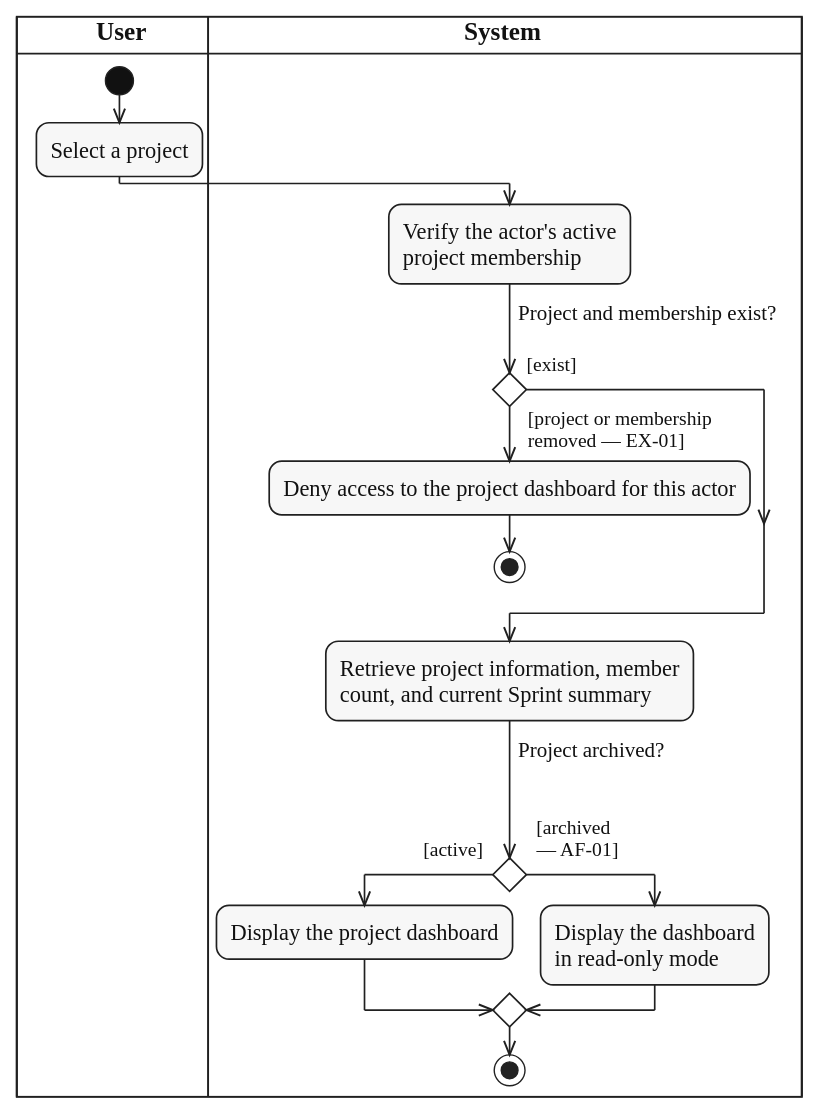
Earlier version of the PlantUML export diagrams/activity/project-membership/svg/UC-PROJECT-DASHBOARD-VIEW.svg (lukenab/swd392-doc-automation). Its source is kept beside it as diagrams/activity/project-membership/source/UC-PROJECT-DASHBOARD-VIEW.puml. Its diagram source:
```plantuml
@startuml UC-PROJECT-DASHBOARD-VIEW
!include ../../_shared/activity-style.puml

|USR| $lane_title("User")
|SYS| $lane_title("System")

|USR|
start
:Select a project;
|SYS|
:Verify the actor's active
project membership;
if ($question("Project and membership exist?")) then ($guard_left("[exist]"))
else ($guard_right("[project or membership", "removed — EX-01]"))
  :Deny access to the project dashboard for this actor;
  stop
endif
:Retrieve project information, member
count, and current Sprint summary;
if ($question_x("Project archived?")) then ($guard_left("[active]"))
  :Display the project dashboard;
else ($guard_right("[archived", "— AF-01]"))
  :Display the dashboard
  in read-only mode;
endif
stop
@enduml
```
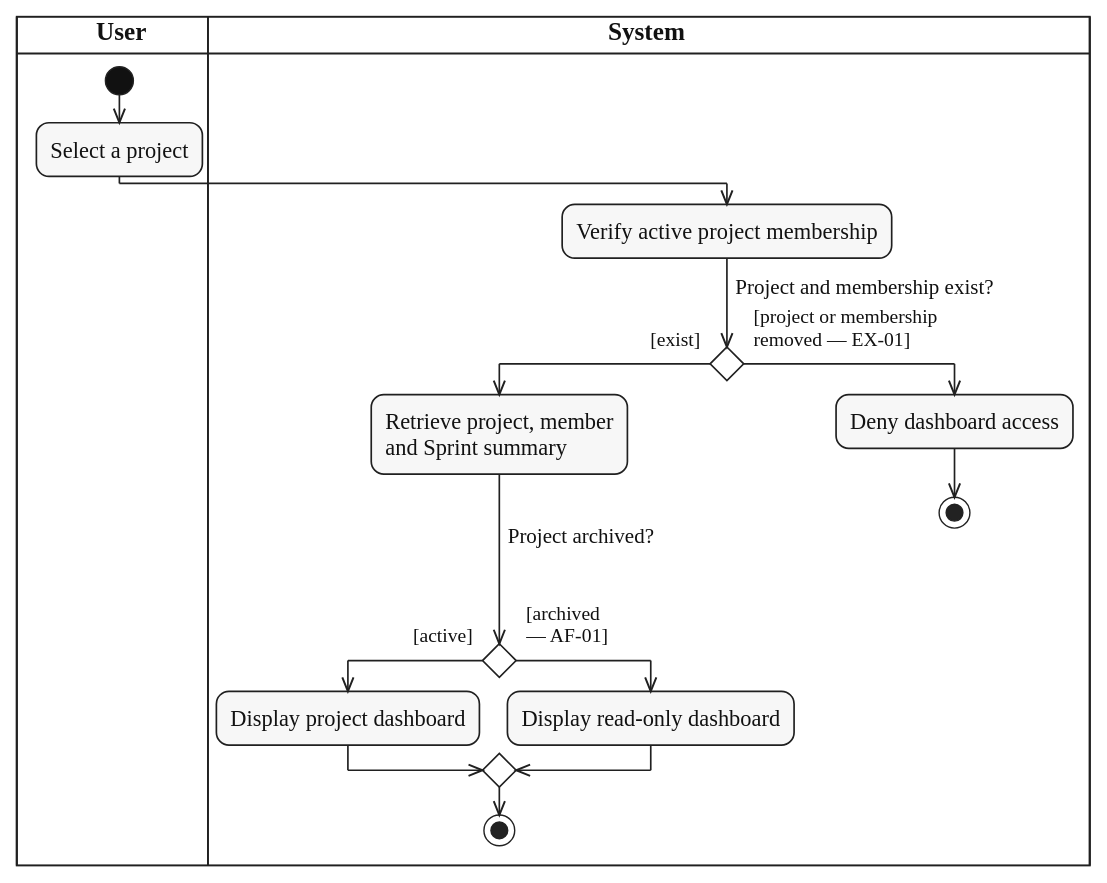
After the change.

Diff of the diagram source:
```diff
@@ -8,20 +8,19 @@
 start
 :Select a project;
 |SYS|
-:Verify the actor's active
-project membership;
+:Verify active project membership;
 if ($question("Project and membership exist?")) then ($guard_left("[exist]"))
+  :Retrieve project, member
+  and Sprint summary;
+  if ($question_x("Project archived?")) then ($guard_left("[active]"))
+    :Display project dashboard;
+  else ($guard_right("[archived", "— AF-01]"))
+    :Display read-only dashboard;
+  endif
+  stop
 else ($guard_right("[project or membership", "removed — EX-01]"))
-  :Deny access to the project dashboard for this actor;
+  |SYS|
+  :Deny dashboard access;
   stop
 endif
-:Retrieve project information, member
-count, and current Sprint summary;
-if ($question_x("Project archived?")) then ($guard_left("[active]"))
-  :Display the project dashboard;
-else ($guard_right("[archived", "— AF-01]"))
-  :Display the dashboard
-  in read-only mode;
-endif
-stop
 @enduml
```
